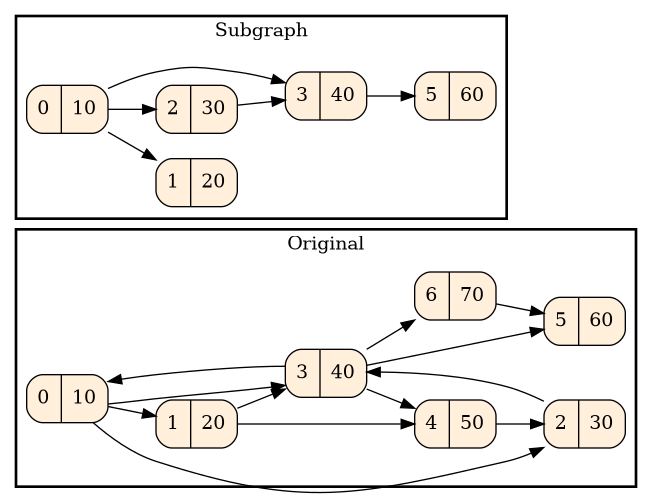
Above: all.png in Aleksei-Vospennikov/Oriented-graph (Graphviz), before the change. Its source is kept beside it as all.dot. The source it was exported from:
```dot
digraph All {
    rankdir=LR;
    compound=true;
    node [shape=record, style="rounded,filled"];

    subgraph cluster_0 {
        label="Original";
        style=bold;
        g0_n0 [label="{ 0 | 10 }", fillcolor="antiquewhite1"];
        g0_n1 [label="{ 1 | 20 }", fillcolor="antiquewhite1"];
        g0_n2 [label="{ 2 | 30 }", fillcolor="antiquewhite1"];
        g0_n3 [label="{ 3 | 40 }", fillcolor="antiquewhite1"];
        g0_n4 [label="{ 4 | 50 }", fillcolor="antiquewhite1"];
        g0_n5 [label="{ 5 | 60 }", fillcolor="antiquewhite1"];
        g0_n6 [label="{ 6 | 70 }", fillcolor="antiquewhite1"];
        g0_n0 -> g0_n1;
        g0_n0 -> g0_n2;
        g0_n0 -> g0_n3;
        g0_n1 -> g0_n3;
        g0_n1 -> g0_n4;
        g0_n2 -> g0_n3;
        g0_n3 -> g0_n0;
        g0_n3 -> g0_n4;
        g0_n3 -> g0_n5;
        g0_n3 -> g0_n6;
        g0_n4 -> g0_n2;
        g0_n6 -> g0_n5;
    }

    subgraph cluster_1 {
        label="Subgraph";
        style=bold;
        g1_n0 [label="{ 0 | 10 }", fillcolor="antiquewhite1"];
        g1_n1 [label="{ 1 | 20 }", fillcolor="antiquewhite1"];
        g1_n2 [label="{ 2 | 30 }", fillcolor="antiquewhite1"];
        g1_n3 [label="{ 3 | 40 }", fillcolor="antiquewhite1"];
        g1_n4 [label="{ 5 | 60 }", fillcolor="antiquewhite1"];
        g1_n0 -> g1_n1;
        g1_n0 -> g1_n2;
        g1_n0 -> g1_n3;
        g1_n2 -> g1_n3;
        g1_n3 -> g1_n4;
    }

}
```
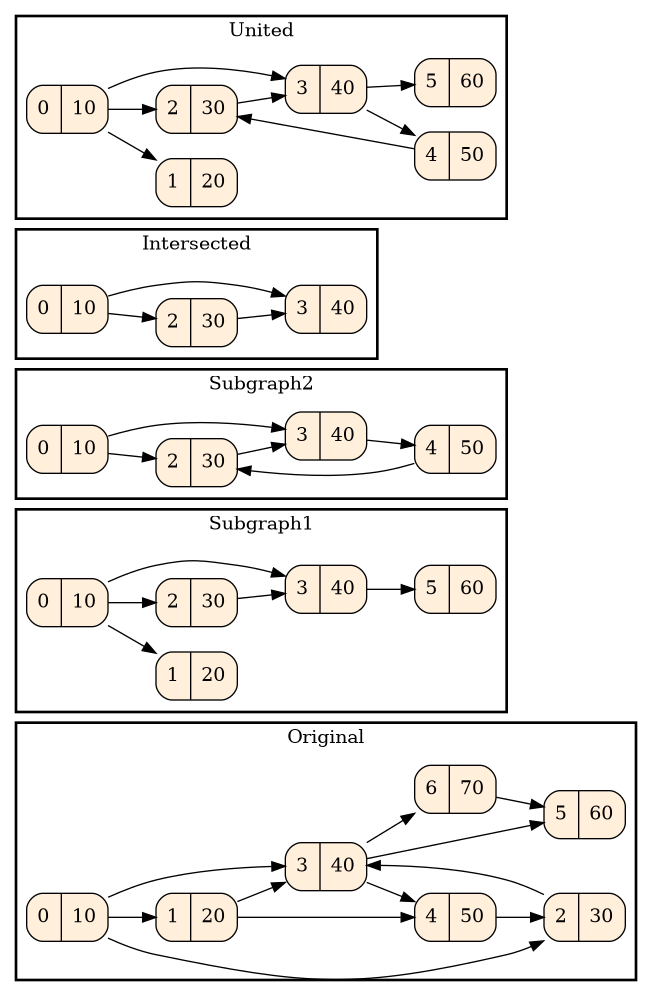
After the commit.

The edit, as a diff of the source:
```diff
@@ -19,7 +19,6 @@
         g0_n1 -> g0_n3;
         g0_n1 -> g0_n4;
         g0_n2 -> g0_n3;
-        g0_n3 -> g0_n0;
         g0_n3 -> g0_n4;
         g0_n3 -> g0_n5;
         g0_n3 -> g0_n6;
@@ -28,7 +27,7 @@
     }
 
     subgraph cluster_1 {
-        label="Subgraph";
+        label="Subgraph1";
         style=bold;
         g1_n0 [label="{ 0 | 10 }", fillcolor="antiquewhite1"];
         g1_n1 [label="{ 1 | 20 }", fillcolor="antiquewhite1"];
@@ -42,4 +41,47 @@
         g1_n3 -> g1_n4;
     }
 
+    subgraph cluster_2 {
+        label="Subgraph2";
+        style=bold;
+        g2_n0 [label="{ 0 | 10 }", fillcolor="antiquewhite1"];
+        g2_n1 [label="{ 2 | 30 }", fillcolor="antiquewhite1"];
+        g2_n2 [label="{ 4 | 50 }", fillcolor="antiquewhite1"];
+        g2_n3 [label="{ 3 | 40 }", fillcolor="antiquewhite1"];
+        g2_n0 -> g2_n1;
+        g2_n0 -> g2_n3;
+        g2_n1 -> g2_n3;
+        g2_n2 -> g2_n1;
+        g2_n3 -> g2_n2;
+    }
+
+    subgraph cluster_3 {
+        label="Intersected";
+        style=bold;
+        g3_n0 [label="{ 0 | 10 }", fillcolor="antiquewhite1"];
+        g3_n1 [label="{ 2 | 30 }", fillcolor="antiquewhite1"];
+        g3_n2 [label="{ 3 | 40 }", fillcolor="antiquewhite1"];
+        g3_n0 -> g3_n1;
+        g3_n0 -> g3_n2;
+        g3_n1 -> g3_n2;
+    }
+
+    subgraph cluster_4 {
+        label="United";
+        style=bold;
+        g4_n0 [label="{ 0 | 10 }", fillcolor="antiquewhite1"];
+        g4_n1 [label="{ 1 | 20 }", fillcolor="antiquewhite1"];
+        g4_n2 [label="{ 2 | 30 }", fillcolor="antiquewhite1"];
+        g4_n3 [label="{ 3 | 40 }", fillcolor="antiquewhite1"];
+        g4_n4 [label="{ 5 | 60 }", fillcolor="antiquewhite1"];
+        g4_n5 [label="{ 4 | 50 }", fillcolor="antiquewhite1"];
+        g4_n0 -> g4_n1;
+        g4_n0 -> g4_n2;
+        g4_n0 -> g4_n3;
+        g4_n2 -> g4_n3;
+        g4_n3 -> g4_n4;
+        g4_n3 -> g4_n5;
+        g4_n5 -> g4_n2;
+    }
+
 }
```
